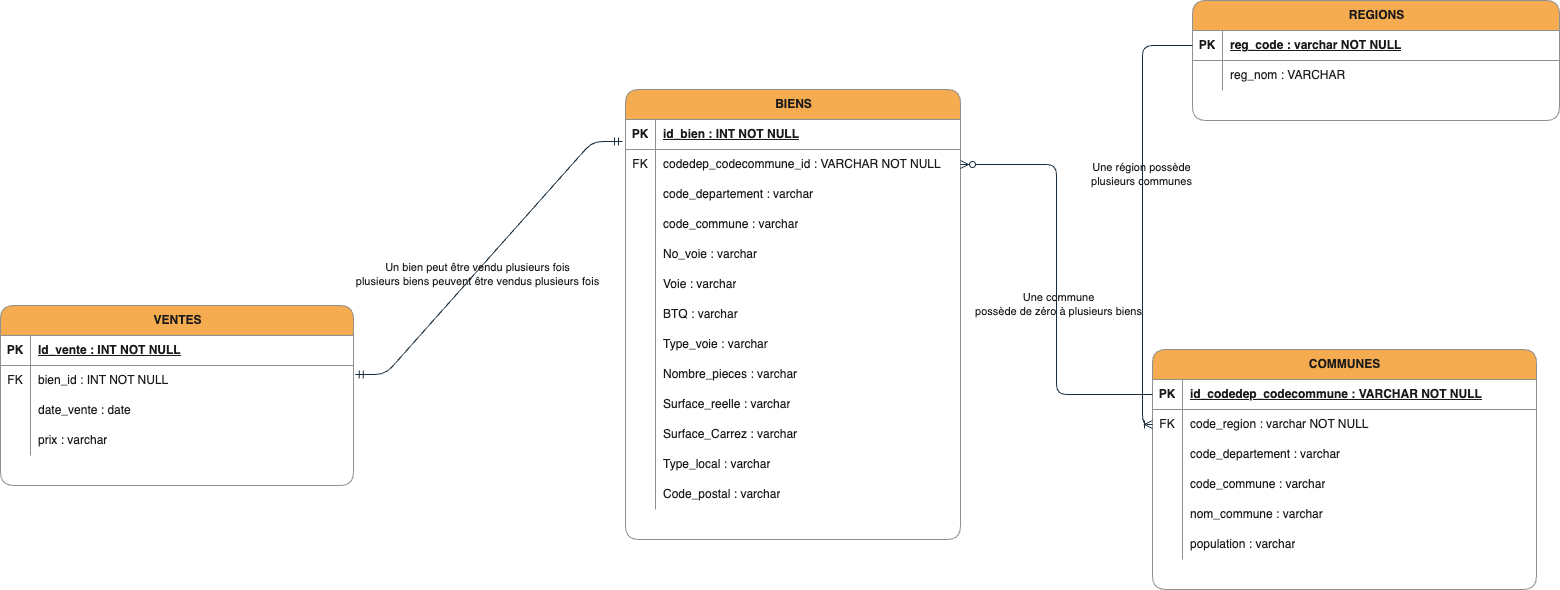
vgrall/LaPlace_Immo keeps this draw.io diagram as projet3-V2.drawio (2).drawio.png. Above is the earlier version. Source tidied: cells renumbered, new cells last; positions are measured from the earlier drawing's top-left corner, leaving out a move shared by most shapes.
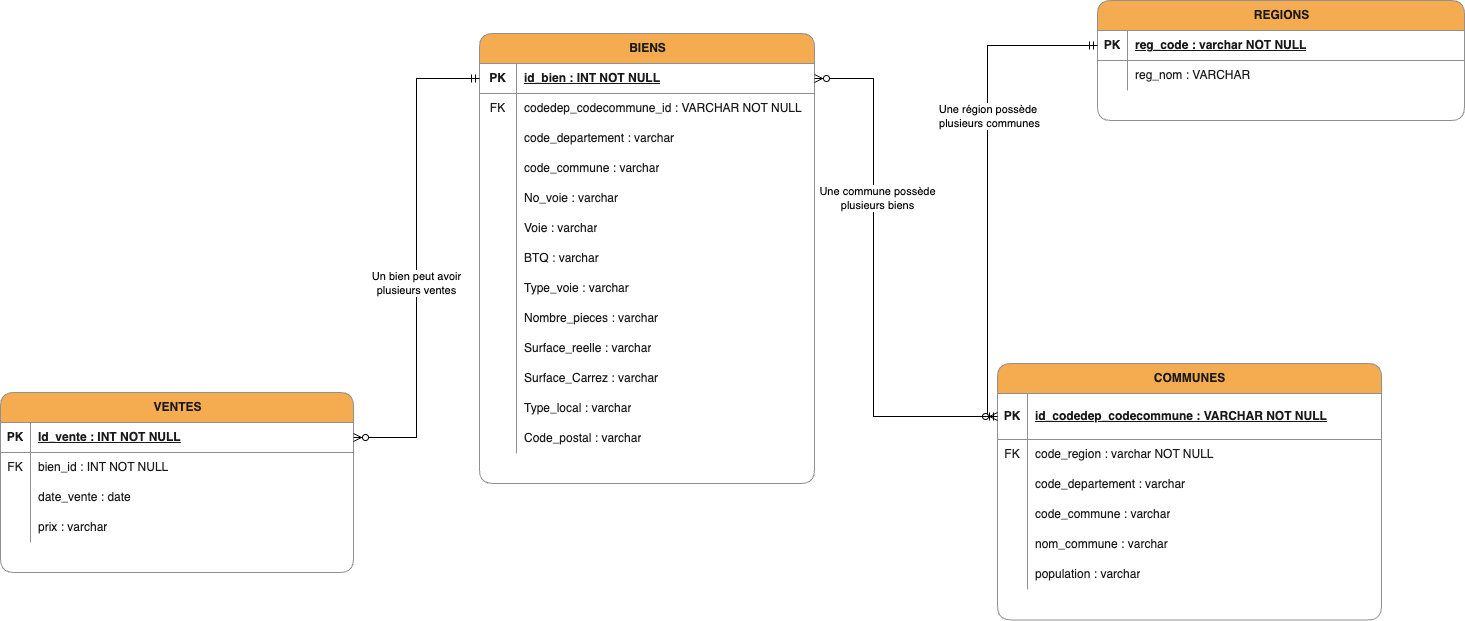
The same file after the commit.

Change to the diagram source:
```diff
@@ -4,4 +4,7 @@
     <mxCell id="1" parent="0" />
+    <mxCell id="93" style="group;" parent="1" vertex="1">
+      <mxGeometry x="73" y="-47" width="1464" height="573" as="geometry" />
+    </mxCell>
-    <mxCell id="2" value="BIENS" style="shape=table;startSize=30;rowLines=0;fontStyle=1;align=center;html=1;rounded=1;labelBackgroundColor=none;fillColor=#F5AB50;strokeColor=#909090;fontColor=#1A1A1A;" parent="1" vertex="1">
-      <mxGeometry x="625" y="89" width="335" height="450" as="geometry" />
+    <mxCell id="2" value="BIENS" style="shape=table;startSize=30;rowLines=0;fontStyle=1;align=center;html=1;rounded=1;labelBackgroundColor=none;fillColor=#F5AB50;strokeColor=#909090;fontColor=#1A1A1A;" parent="93" vertex="1">
+      <mxGeometry x="479" y="33" width="335" height="450" as="geometry" />
     </mxCell>
@@ -11,6 +14,6 @@
     <mxCell id="4" value="PK" style="shape=partialRectangle;fillColor=none;top=0;left=0;bottom=0;right=0;fontStyle=1;overflow=hidden;whiteSpace=wrap;html=1;rounded=1;labelBackgroundColor=none;strokeColor=#909090;fontColor=#1A1A1A;" parent="3" vertex="1">
-      <mxGeometry width="30" height="30" as="geometry" />
+      <mxGeometry width="37.1" height="30" as="geometry" />
     </mxCell>
     <mxCell id="5" value="id_bien : INT NOT NULL" style="shape=partialRectangle;fillColor=none;top=0;left=0;bottom=0;right=0;align=left;spacingLeft=6;fontStyle=5;overflow=hidden;whiteSpace=wrap;html=1;rounded=1;labelBackgroundColor=none;strokeColor=#909090;fontColor=#1A1A1A;" parent="3" vertex="1">
-      <mxGeometry x="30" width="305" height="30" as="geometry" />
+      <mxGeometry x="37.1" width="297.9" height="30" as="geometry" />
     </mxCell>
@@ -20,6 +23,6 @@
     <mxCell id="7" value="FK" style="shape=partialRectangle;fillColor=none;top=0;left=0;bottom=0;right=0;overflow=hidden;whiteSpace=wrap;html=1;rounded=1;labelBackgroundColor=none;strokeColor=#909090;fontColor=#1A1A1A;" parent="6" vertex="1">
-      <mxGeometry width="30" height="30" as="geometry" />
+      <mxGeometry width="37.1" height="30" as="geometry" />
     </mxCell>
     <mxCell id="8" value="codedep_codecommune_id : VARCHAR NOT NULL" style="shape=partialRectangle;fillColor=none;top=0;left=0;bottom=0;right=0;align=left;spacingLeft=6;overflow=hidden;whiteSpace=wrap;html=1;rounded=1;labelBackgroundColor=none;strokeColor=#909090;fontColor=#1A1A1A;" parent="6" vertex="1">
-      <mxGeometry x="30" width="305" height="30" as="geometry" />
+      <mxGeometry x="37.1" width="297.9" height="30" as="geometry" />
     </mxCell>
@@ -29,6 +32,6 @@
     <mxCell id="10" style="shape=partialRectangle;fillColor=none;top=0;left=0;bottom=0;right=0;overflow=hidden;whiteSpace=wrap;html=1;rounded=1;labelBackgroundColor=none;strokeColor=#909090;fontColor=#1A1A1A;" parent="9" vertex="1">
-      <mxGeometry width="30" height="30" as="geometry" />
+      <mxGeometry width="37.1" height="30" as="geometry" />
     </mxCell>
     <mxCell id="11" value="code_departement : varchar&amp;nbsp;" style="shape=partialRectangle;fillColor=none;top=0;left=0;bottom=0;right=0;align=left;spacingLeft=6;overflow=hidden;whiteSpace=wrap;html=1;rounded=1;labelBackgroundColor=none;strokeColor=#909090;fontColor=#1A1A1A;" parent="9" vertex="1">
-      <mxGeometry x="30" width="305" height="30" as="geometry" />
+      <mxGeometry x="37.1" width="297.9" height="30" as="geometry" />
     </mxCell>
@@ -38,6 +41,6 @@
     <mxCell id="13" style="shape=partialRectangle;fillColor=none;top=0;left=0;bottom=0;right=0;overflow=hidden;whiteSpace=wrap;html=1;rounded=1;labelBackgroundColor=none;strokeColor=#909090;fontColor=#1A1A1A;" parent="12" vertex="1">
-      <mxGeometry width="30" height="30" as="geometry" />
+      <mxGeometry width="37.1" height="30" as="geometry" />
     </mxCell>
     <mxCell id="14" value="code_commune : varchar" style="shape=partialRectangle;fillColor=none;top=0;left=0;bottom=0;right=0;align=left;spacingLeft=6;overflow=hidden;whiteSpace=wrap;html=1;rounded=1;labelBackgroundColor=none;strokeColor=#909090;fontColor=#1A1A1A;" parent="12" vertex="1">
-      <mxGeometry x="30" width="305" height="30" as="geometry" />
+      <mxGeometry x="37.1" width="297.9" height="30" as="geometry" />
     </mxCell>
@@ -47,6 +50,6 @@
     <mxCell id="16" style="shape=partialRectangle;fillColor=none;top=0;left=0;bottom=0;right=0;overflow=hidden;whiteSpace=wrap;html=1;rounded=1;labelBackgroundColor=none;strokeColor=#909090;fontColor=#1A1A1A;" parent="15" vertex="1">
-      <mxGeometry width="30" height="30" as="geometry" />
+      <mxGeometry width="37.1" height="30" as="geometry" />
     </mxCell>
     <mxCell id="17" value="No_voie : varchar" style="shape=partialRectangle;fillColor=none;top=0;left=0;bottom=0;right=0;align=left;spacingLeft=6;overflow=hidden;whiteSpace=wrap;html=1;rounded=1;labelBackgroundColor=none;strokeColor=#909090;fontColor=#1A1A1A;" parent="15" vertex="1">
-      <mxGeometry x="30" width="305" height="30" as="geometry" />
+      <mxGeometry x="37.1" width="297.9" height="30" as="geometry" />
     </mxCell>
@@ -56,6 +59,6 @@
     <mxCell id="19" style="shape=partialRectangle;fillColor=none;top=0;left=0;bottom=0;right=0;overflow=hidden;whiteSpace=wrap;html=1;rounded=1;labelBackgroundColor=none;strokeColor=#909090;fontColor=#1A1A1A;" parent="18" vertex="1">
-      <mxGeometry width="30" height="30" as="geometry" />
+      <mxGeometry width="37.1" height="30" as="geometry" />
     </mxCell>
     <mxCell id="20" value="Voie : varchar" style="shape=partialRectangle;fillColor=none;top=0;left=0;bottom=0;right=0;align=left;spacingLeft=6;overflow=hidden;whiteSpace=wrap;html=1;rounded=1;labelBackgroundColor=none;strokeColor=#909090;fontColor=#1A1A1A;" parent="18" vertex="1">
-      <mxGeometry x="30" width="305" height="30" as="geometry" />
+      <mxGeometry x="37.1" width="297.9" height="30" as="geometry" />
     </mxCell>
@@ -65,6 +68,6 @@
     <mxCell id="22" style="shape=partialRectangle;fillColor=none;top=0;left=0;bottom=0;right=0;overflow=hidden;whiteSpace=wrap;html=1;rounded=1;labelBackgroundColor=none;strokeColor=#909090;fontColor=#1A1A1A;" parent="21" vertex="1">
-      <mxGeometry width="30" height="30" as="geometry" />
+      <mxGeometry width="37.1" height="30" as="geometry" />
     </mxCell>
     <mxCell id="23" value="BTQ : varchar" style="shape=partialRectangle;fillColor=none;top=0;left=0;bottom=0;right=0;align=left;spacingLeft=6;overflow=hidden;whiteSpace=wrap;html=1;rounded=1;labelBackgroundColor=none;strokeColor=#909090;fontColor=#1A1A1A;" parent="21" vertex="1">
-      <mxGeometry x="30" width="305" height="30" as="geometry" />
+      <mxGeometry x="37.1" width="297.9" height="30" as="geometry" />
     </mxCell>
@@ -74,6 +77,6 @@
     <mxCell id="25" style="shape=partialRectangle;fillColor=none;top=0;left=0;bottom=0;right=0;overflow=hidden;whiteSpace=wrap;html=1;rounded=1;labelBackgroundColor=none;strokeColor=#909090;fontColor=#1A1A1A;" parent="24" vertex="1">
-      <mxGeometry width="30" height="30" as="geometry" />
+      <mxGeometry width="37.1" height="30" as="geometry" />
     </mxCell>
     <mxCell id="26" value="Type_voie : varchar" style="shape=partialRectangle;fillColor=none;top=0;left=0;bottom=0;right=0;align=left;spacingLeft=6;overflow=hidden;whiteSpace=wrap;html=1;rounded=1;labelBackgroundColor=none;strokeColor=#909090;fontColor=#1A1A1A;" parent="24" vertex="1">
-      <mxGeometry x="30" width="305" height="30" as="geometry" />
+      <mxGeometry x="37.1" width="297.9" height="30" as="geometry" />
     </mxCell>
@@ -83,6 +86,6 @@
     <mxCell id="28" style="shape=partialRectangle;fillColor=none;top=0;left=0;bottom=0;right=0;overflow=hidden;whiteSpace=wrap;html=1;rounded=1;labelBackgroundColor=none;strokeColor=#909090;fontColor=#1A1A1A;" parent="27" vertex="1">
-      <mxGeometry width="30" height="30" as="geometry" />
+      <mxGeometry width="37.1" height="30" as="geometry" />
     </mxCell>
     <mxCell id="29" value="Nombre_pieces : varchar" style="shape=partialRectangle;fillColor=none;top=0;left=0;bottom=0;right=0;align=left;spacingLeft=6;overflow=hidden;whiteSpace=wrap;html=1;rounded=1;labelBackgroundColor=none;strokeColor=#909090;fontColor=#1A1A1A;" parent="27" vertex="1">
-      <mxGeometry x="30" width="305" height="30" as="geometry" />
+      <mxGeometry x="37.1" width="297.9" height="30" as="geometry" />
     </mxCell>
@@ -92,6 +95,6 @@
     <mxCell id="31" style="shape=partialRectangle;fillColor=none;top=0;left=0;bottom=0;right=0;overflow=hidden;whiteSpace=wrap;html=1;rounded=1;labelBackgroundColor=none;strokeColor=#909090;fontColor=#1A1A1A;" parent="30" vertex="1">
-      <mxGeometry width="30" height="30" as="geometry" />
+      <mxGeometry width="37.1" height="30" as="geometry" />
     </mxCell>
     <mxCell id="32" value="Surface_reelle : varchar" style="shape=partialRectangle;fillColor=none;top=0;left=0;bottom=0;right=0;align=left;spacingLeft=6;overflow=hidden;whiteSpace=wrap;html=1;rounded=1;labelBackgroundColor=none;strokeColor=#909090;fontColor=#1A1A1A;" parent="30" vertex="1">
-      <mxGeometry x="30" width="305" height="30" as="geometry" />
+      <mxGeometry x="37.1" width="297.9" height="30" as="geometry" />
     </mxCell>
@@ -101,6 +104,6 @@
     <mxCell id="34" style="shape=partialRectangle;fillColor=none;top=0;left=0;bottom=0;right=0;overflow=hidden;whiteSpace=wrap;html=1;rounded=1;labelBackgroundColor=none;strokeColor=#909090;fontColor=#1A1A1A;" parent="33" vertex="1">
-      <mxGeometry width="30" height="30" as="geometry" />
+      <mxGeometry width="37.1" height="30" as="geometry" />
     </mxCell>
     <mxCell id="35" value="Surface_Carrez : varchar" style="shape=partialRectangle;fillColor=none;top=0;left=0;bottom=0;right=0;align=left;spacingLeft=6;overflow=hidden;whiteSpace=wrap;html=1;rounded=1;labelBackgroundColor=none;strokeColor=#909090;fontColor=#1A1A1A;" parent="33" vertex="1">
-      <mxGeometry x="30" width="305" height="30" as="geometry" />
+      <mxGeometry x="37.1" width="297.9" height="30" as="geometry" />
     </mxCell>
@@ -110,6 +113,6 @@
     <mxCell id="37" style="shape=partialRectangle;fillColor=none;top=0;left=0;bottom=0;right=0;overflow=hidden;whiteSpace=wrap;html=1;rounded=1;labelBackgroundColor=none;strokeColor=#909090;fontColor=#1A1A1A;" parent="36" vertex="1">
-      <mxGeometry width="30" height="30" as="geometry" />
+      <mxGeometry width="37.1" height="30" as="geometry" />
     </mxCell>
     <mxCell id="38" value="Type_local : varchar" style="shape=partialRectangle;fillColor=none;top=0;left=0;bottom=0;right=0;align=left;spacingLeft=6;overflow=hidden;whiteSpace=wrap;html=1;rounded=1;labelBackgroundColor=none;strokeColor=#909090;fontColor=#1A1A1A;" parent="36" vertex="1">
-      <mxGeometry x="30" width="305" height="30" as="geometry" />
+      <mxGeometry x="37.1" width="297.9" height="30" as="geometry" />
     </mxCell>
@@ -119,9 +122,9 @@
     <mxCell id="40" style="shape=partialRectangle;fillColor=none;top=0;left=0;bottom=0;right=0;overflow=hidden;whiteSpace=wrap;html=1;rounded=1;labelBackgroundColor=none;strokeColor=#909090;fontColor=#1A1A1A;" parent="39" vertex="1">
-      <mxGeometry width="30" height="30" as="geometry" />
+      <mxGeometry width="37.1" height="30" as="geometry" />
     </mxCell>
     <mxCell id="41" value="Code_postal : varchar" style="shape=partialRectangle;fillColor=none;top=0;left=0;bottom=0;right=0;align=left;spacingLeft=6;overflow=hidden;whiteSpace=wrap;html=1;rounded=1;labelBackgroundColor=none;strokeColor=#909090;fontColor=#1A1A1A;" parent="39" vertex="1">
-      <mxGeometry x="30" width="305" height="30" as="geometry" />
+      <mxGeometry x="37.1" width="297.9" height="30" as="geometry" />
     </mxCell>
-    <mxCell id="42" style="group;rounded=1;labelBackgroundColor=none;fontColor=#1A1A1A;" parent="1" vertex="1">
-      <mxGeometry x="1152" y="349" width="384" height="210" as="geometry" />
+    <mxCell id="42" style="group;rounded=1;labelBackgroundColor=none;fontColor=#1A1A1A;" parent="93" vertex="1">
+      <mxGeometry x="997" y="363" width="384" height="210" as="geometry" />
     </mxCell>
@@ -131,15 +134,15 @@
     <mxCell id="44" value="COMMUNES" style="shape=table;startSize=30;rowLines=0;fontStyle=1;align=center;html=1;rounded=1;labelBackgroundColor=none;fillColor=#F5AB50;strokeColor=#909090;fontColor=#1A1A1A;" parent="43" vertex="1">
-      <mxGeometry width="384" height="240" as="geometry" />
+      <mxGeometry width="384" height="256.4" as="geometry" />
     </mxCell>
     <mxCell id="45" style="shape=tableRow;horizontal=0;startSize=0;swimlaneHead=0;swimlaneBody=0;fillColor=none;points=[[0,0.5],[1,0.5]];portConstraint=eastwest;top=0;left=0;right=0;bottom=1;rounded=1;labelBackgroundColor=none;strokeColor=#909090;fontColor=#1A1A1A;" parent="44" vertex="1">
-      <mxGeometry y="30" width="384" height="30" as="geometry" />
+      <mxGeometry y="30" width="384" height="46" as="geometry" />
     </mxCell>
     <mxCell id="46" value="PK" style="shape=partialRectangle;fillColor=none;top=0;left=0;bottom=0;right=0;fontStyle=1;overflow=hidden;whiteSpace=wrap;html=1;rounded=1;labelBackgroundColor=none;strokeColor=#909090;fontColor=#1A1A1A;" parent="45" vertex="1">
-      <mxGeometry width="30" height="30" as="geometry" />
+      <mxGeometry width="30" height="46" as="geometry" />
     </mxCell>
     <mxCell id="47" value="id_codedep_codecommune&amp;nbsp;: VARCHAR NOT NULL" style="shape=partialRectangle;fillColor=none;top=0;left=0;bottom=0;right=0;align=left;spacingLeft=6;fontStyle=5;overflow=hidden;whiteSpace=wrap;html=1;rounded=1;labelBackgroundColor=none;strokeColor=#909090;fontColor=#1A1A1A;" parent="45" vertex="1">
-      <mxGeometry x="30" width="354" height="30" as="geometry" />
+      <mxGeometry x="30" width="354" height="46" as="geometry" />
     </mxCell>
     <mxCell id="48" style="shape=tableRow;horizontal=0;startSize=0;swimlaneHead=0;swimlaneBody=0;fillColor=none;points=[[0,0.5],[1,0.5]];portConstraint=eastwest;top=0;left=0;right=0;bottom=0;rounded=1;labelBackgroundColor=none;strokeColor=#909090;fontColor=#1A1A1A;" parent="44" vertex="1">
-      <mxGeometry y="60" width="384" height="30" as="geometry" />
+      <mxGeometry y="76" width="384" height="30" as="geometry" />
     </mxCell>
@@ -152,3 +155,3 @@
     <mxCell id="51" style="shape=tableRow;horizontal=0;startSize=0;swimlaneHead=0;swimlaneBody=0;fillColor=none;top=0;left=0;right=0;bottom=0;rounded=1;labelBackgroundColor=none;strokeColor=#909090;fontColor=#1A1A1A;" parent="44" vertex="1">
-      <mxGeometry y="90" width="384" height="30" as="geometry" />
+      <mxGeometry y="106" width="384" height="30" as="geometry" />
     </mxCell>
@@ -161,3 +164,3 @@
     <mxCell id="54" style="shape=tableRow;horizontal=0;startSize=0;swimlaneHead=0;swimlaneBody=0;fillColor=none;top=0;left=0;right=0;bottom=0;rounded=1;labelBackgroundColor=none;strokeColor=#909090;fontColor=#1A1A1A;" parent="44" vertex="1">
-      <mxGeometry y="120" width="384" height="30" as="geometry" />
+      <mxGeometry y="136" width="384" height="30" as="geometry" />
     </mxCell>
@@ -170,3 +173,3 @@
     <mxCell id="57" style="shape=tableRow;horizontal=0;startSize=0;swimlaneHead=0;swimlaneBody=0;fillColor=none;top=0;left=0;right=0;bottom=0;rounded=1;labelBackgroundColor=none;strokeColor=#909090;fontColor=#1A1A1A;" parent="44" vertex="1">
-      <mxGeometry y="150" width="384" height="30" as="geometry" />
+      <mxGeometry y="166" width="384" height="30" as="geometry" />
     </mxCell>
@@ -179,3 +182,3 @@
     <mxCell id="60" style="shape=tableRow;horizontal=0;startSize=0;swimlaneHead=0;swimlaneBody=0;fillColor=none;top=0;left=0;right=0;bottom=0;rounded=1;labelBackgroundColor=none;strokeColor=#909090;fontColor=#1A1A1A;" parent="44" vertex="1">
-      <mxGeometry y="180" width="384" height="30" as="geometry" />
+      <mxGeometry y="196" width="384" height="30" as="geometry" />
     </mxCell>
@@ -187,4 +190,4 @@
     </mxCell>
-    <mxCell id="63" style="group;rounded=1;labelBackgroundColor=none;fontColor=#1A1A1A;" parent="1" vertex="1">
-      <mxGeometry y="305" width="353" height="180" as="geometry" />
+    <mxCell id="63" style="group;rounded=1;labelBackgroundColor=none;fontColor=#1A1A1A;" parent="93" vertex="1">
+      <mxGeometry y="392" width="353" height="180" as="geometry" />
     </mxCell>
@@ -232,4 +235,4 @@
     </mxCell>
-    <mxCell id="78" style="group;rounded=1;labelBackgroundColor=none;fontColor=#1A1A1A;" parent="1" vertex="1">
-      <mxGeometry x="1192" width="367" height="180" as="geometry" />
+    <mxCell id="78" style="group;rounded=1;labelBackgroundColor=none;fontColor=#1A1A1A;" parent="93" vertex="1">
+      <mxGeometry x="1097" width="367" height="180" as="geometry" />
     </mxCell>
@@ -259,20 +262,25 @@
     </mxCell>
-    <mxCell id="87" style="edgeStyle=orthogonalEdgeStyle;fontSize=12;html=1;endArrow=ERoneToMany;rounded=1;exitX=0;exitY=0.5;exitDx=0;exitDy=0;entryX=0;entryY=0.5;entryDx=0;entryDy=0;labelBackgroundColor=none;strokeColor=#182E3E;fontColor=default;" parent="1" edge="1" source="81" target="48">
-      <mxGeometry relative="1" as="geometry" />
-    </mxCell>
+    <mxCell id="94" style="fontSize=12;html=1;endArrow=ERzeroToMany;startArrow=ERmandOne;rounded=0;exitX=0;exitY=0.5;exitDx=0;exitDy=0;entryX=0;entryY=0.5;entryDx=0;entryDy=0;edgeStyle=orthogonalEdgeStyle;" parent="93" edge="1" source="81" target="45">
+      <mxGeometry relative="1" as="geometry" />
+    </mxCell>
-    <mxCell id="88" value="Une région possède&lt;br&gt;plusieurs communes" style="edgeLabel;html=1;align=center;verticalAlign=middle;rounded=1;labelBackgroundColor=none;fontColor=#1A1A1A;" parent="87" vertex="1">
-      <mxGeometry x="-0.19" y="-2" relative="1" as="geometry" />
+    <mxCell id="88" value="Une région possède&amp;nbsp;&lt;br&gt;plusieurs communes" style="edgeLabel;html=1;align=center;verticalAlign=middle;" parent="94" vertex="1">
+      <mxGeometry x="-0.27" y="1" relative="1" as="geometry" />
     </mxCell>
-    <mxCell id="89" style="edgeStyle=orthogonalEdgeStyle;fontSize=12;html=1;endArrow=ERzeroToMany;endFill=1;rounded=1;entryX=1;entryY=0.5;entryDx=0;entryDy=0;labelBackgroundColor=none;strokeColor=#182E3E;fontColor=default;" parent="1" edge="1" source="45" target="6">
-      <mxGeometry relative="1" as="geometry" />
-    </mxCell>
-    <mxCell id="90" value="Une commune&lt;br&gt;possède de zéro à plusieurs biens" style="edgeLabel;html=1;align=center;verticalAlign=middle;rounded=1;labelBackgroundColor=none;fontColor=#1A1A1A;" parent="89" vertex="1">
-      <mxGeometry x="-0.11" y="-1" relative="1" as="geometry" />
-    </mxCell>
-    <mxCell id="91" style="edgeStyle=entityRelationEdgeStyle;fontSize=12;html=1;endArrow=ERmandOne;startArrow=ERmandOne;rounded=1;exitX=1.005;exitY=0.3;exitDx=0;exitDy=0;exitPerimeter=0;entryX=-0.009;entryY=0.733;entryDx=0;entryDy=0;entryPerimeter=0;labelBackgroundColor=none;strokeColor=#182E3E;fontColor=default;" parent="1" edge="1" source="69" target="3">
-      <mxGeometry relative="1" as="geometry" />
-    </mxCell>
-    <mxCell id="92" value="Un bien peut être vendu plusieurs fois&lt;br&gt;plusieurs biens peuvent être vendus plusieurs fois" style="edgeLabel;html=1;align=center;verticalAlign=middle;rounded=1;labelBackgroundColor=none;fontColor=#1A1A1A;" parent="91" vertex="1">
-      <mxGeometry x="-0.11" y="-2" relative="1" as="geometry" />
-    </mxCell>
+    <mxCell id="95" style="fontSize=12;html=1;endArrow=ERzeroToMany;startArrow=ERmandOne;rounded=0;entryX=1;entryY=0.5;entryDx=0;entryDy=0;edgeStyle=orthogonalEdgeStyle;exitX=0;exitY=0.5;exitDx=0;exitDy=0;" parent="93" edge="1" source="45" target="3">
+      <mxGeometry relative="1" as="geometry">
+        <Array as="points">
+          <mxPoint x="873" y="416" />
+          <mxPoint x="873" y="78" />
+        </Array>
+      </mxGeometry>
+    </mxCell>
+    <mxCell id="96" value="Une commune possède&lt;br&gt;plusieurs biens" style="edgeLabel;html=1;align=center;verticalAlign=middle;" parent="95" vertex="1">
+      <mxGeometry x="0.32" y="-3" relative="1" as="geometry" />
+    </mxCell>
+    <mxCell id="97" style="fontSize=12;html=1;endArrow=ERzeroToMany;startArrow=ERmandOne;rounded=0;exitX=0;exitY=0.5;exitDx=0;exitDy=0;entryX=1;entryY=0.5;entryDx=0;entryDy=0;edgeStyle=orthogonalEdgeStyle;" parent="93" edge="1" source="3" target="66">
+      <mxGeometry relative="1" as="geometry" />
+    </mxCell>
+    <mxCell id="98" value="Un bien peut avoir &lt;br&gt;plusieurs ventes" style="edgeLabel;html=1;align=center;verticalAlign=middle;" parent="97" vertex="1">
+      <mxGeometry x="0.1" y="-1" relative="1" as="geometry" />
+    </mxCell>
   </root>
```
